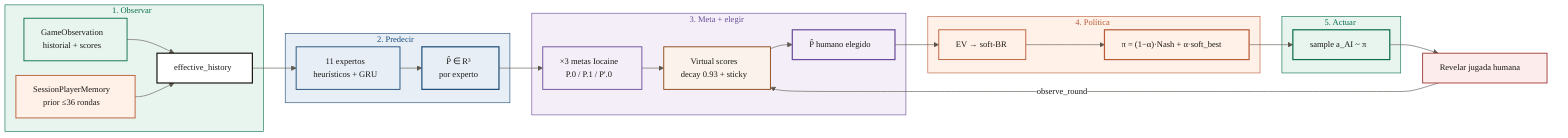
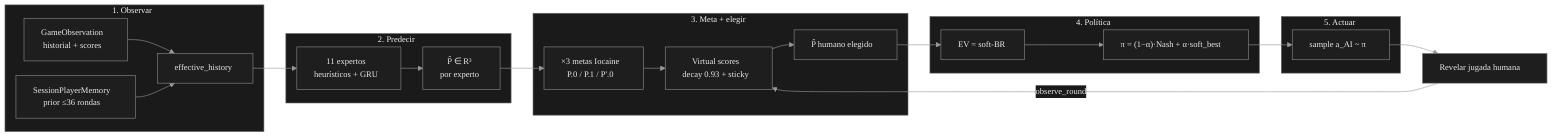
- %%{init: {
+ ﻿%%{init: {
  "flowchart": {
    "htmlLabels": true,
    "curve": "basis",
    "padding": 14,
    "nodeSpacing": 24,
    "rankSpacing": 36
  },
-   "theme": "base",
+   "theme": "dark",
  "themeVariables": {
    "fontFamily": "Segoe UI, Helvetica, Arial, sans-serif",
    "fontSize": "14px",
-     "primaryColor": "#FFFFFF",
-     "primaryBorderColor": "#1C1A17",
-     "primaryTextColor": "#1C1A17",
-     "lineColor": "#5C564C",
-     "clusterBkg": "#F7F4EF",
-     "clusterBorder": "#5C564C"
+     "darkMode": true,
+     "background": "#141414",
+     "primaryColor": "#1E1E1E",
+     "primaryBorderColor": "#8A8A8A",
+     "primaryTextColor": "#E8E8E8",
+     "secondaryColor": "#222222",
+     "tertiaryColor": "#1A1A1A",
+     "lineColor": "#9A9A9A",
+     "textColor": "#E8E8E8",
+     "mainBkg": "#1E1E1E",
+     "nodeBorder": "#8A8A8A",
+     "clusterBkg": "#1A1A1A",
+     "clusterBorder": "#6A6A6A",
+     "titleColor": "#F0F0F0",
+     "edgeLabelBackground": "#1A1A1A"
  }
}}%%
flowchart LR
-   subgraph observe["1. Observar"]
-     Obs["GameObservation<br/>historial + scores"]
-     Mem["SessionPlayerMemory<br/>prior ≤36 rondas"]
-     Obs --> Hist["effective_history"]
+   subgraph observe ["1. Observar"]
+     Obs[GameObservation<br/>historial + scores]
+     Mem[SessionPlayerMemory<br/>prior ≤36 rondas]
+     Obs --> Hist[effective_history]
    Mem --> Hist
  end

-   subgraph predict["2. Predecir"]
-     Hist --> Exp["11 expertos<br/>heurísticos + GRU"]
+   subgraph predict ["2. Predecir"]
+     Hist --> Exp[11 expertos<br/>heurísticos + GRU]
    Exp --> Ph["P̂ ∈ R³<br/>por experto"]
  end

-   subgraph meta["3. Meta + elegir"]
-     Ph --> MetaLv["×3 metas Iocaine<br/>P.0 / P.1 / P'.0"]
-     MetaLv --> Scores["Virtual scores<br/>decay 0.93 + sticky"]
+   subgraph meta ["3. Meta + elegir"]
+     Ph --> Meta["×3 metas Iocaine<br/>P.0 / P.1 / P'.0"]
+     Meta --> Scores[Virtual scores<br/>decay 0.93 + sticky]
    Scores --> Chosen["P̂ humano elegido"]
  end

-   subgraph policy["4. Política"]
-     Chosen --> EV["EV → soft-BR"]
+   subgraph policy ["4. Política"]
+     Chosen --> EV["EV = soft-BR"]
    EV --> Mix["π = (1−α)·Nash + α·soft_best"]
  end

-   subgraph act["5. Actuar"]
+   subgraph act ["5. Actuar"]
    Mix --> Sample["sample a_AI ~ π"]
  end

-   Sample --> Reveal["Revelar jugada humana"]
+   Sample --> Reveal[Revelar jugada humana]
  Reveal -->|observe_round| Scores
- 
-   style Obs fill:#E8F5EF,stroke:#0B6E4F,stroke-width:1.5px
-   style Mem fill:#FFF1E8,stroke:#B85C38,stroke-width:1.5px
-   style Hist fill:#FFFFFF,stroke:#1C1A17,stroke-width:2px
-   style Exp fill:#E7EEF6,stroke:#1F4E79,stroke-width:1.5px
-   style Ph fill:#E7EEF6,stroke:#1F4E79,stroke-width:2px
-   style MetaLv fill:#F3EEF8,stroke:#6B4C9A,stroke-width:1.5px
-   style Scores fill:#FBF3EB,stroke:#8B4513,stroke-width:1.5px
-   style Chosen fill:#F3EEF8,stroke:#6B4C9A,stroke-width:2px
-   style EV fill:#FFF1E8,stroke:#B85C38,stroke-width:1.5px
-   style Mix fill:#FFF1E8,stroke:#B85C38,stroke-width:2px
-   style Sample fill:#E8F5EF,stroke:#0B6E4F,stroke-width:2px
-   style Reveal fill:#FCECEC,stroke:#A33B3B,stroke-width:1.5px
-   style observe fill:#E8F5EF,stroke:#0B6E4F,color:#0B6E4F
-   style predict fill:#E7EEF6,stroke:#1F4E79,color:#1F4E79
-   style meta fill:#F3EEF8,stroke:#6B4C9A,color:#6B4C9A
-   style policy fill:#FFF1E8,stroke:#B85C38,color:#B85C38
-   style act fill:#E8F5EF,stroke:#0B6E4F,color:#0B6E4F
